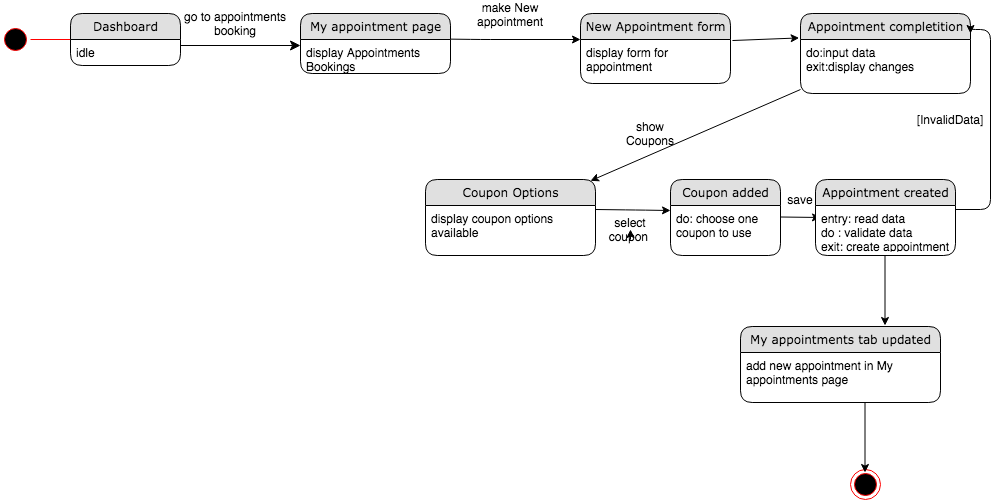
Above: Diagrams/State Chart Diagrams FINAL/ST_29 USE COUPON.png in kkasharaj17/SE-project (draw.io), before the change. Source tidied: cells renumbered, new cells last; positions are measured from the earlier drawing's top-left corner, leaving out a move shared by most shapes.
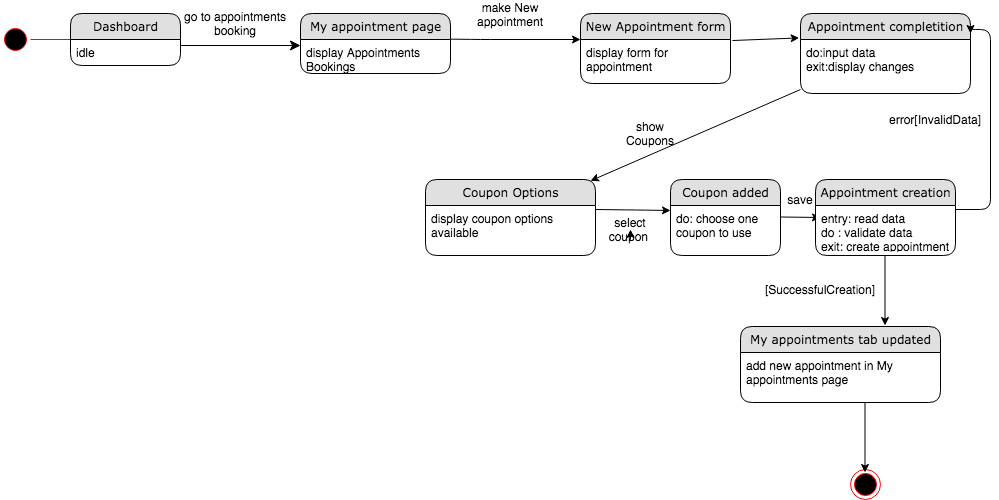
The same diagram one commit later.

What changed in the source:
```diff
@@ -100,7 +100,7 @@
     <mxCell id="26" value="do: choose one coupon to use" style="text;html=1;strokeColor=none;fillColor=none;spacingLeft=4;spacingRight=4;whiteSpace=wrap;overflow=hidden;" parent="25" vertex="1">
       <mxGeometry y="26" width="110" height="44" as="geometry" />
     </mxCell>
-    <mxCell id="27" value="Appointment created" style="swimlane;html=1;fontStyle=0;horizontal=1;startSize=26;fillColor=#e0e0e0;swimlaneFillColor=#ffffff;align=center;rounded=1;shadow=0;comic=0;labelBackgroundColor=none;strokeWidth=1;fontFamily=Verdana;fontSize=12;" parent="1" vertex="1">
+    <mxCell id="27" value="Appointment creation" style="swimlane;html=1;fontStyle=0;horizontal=1;startSize=26;fillColor=#e0e0e0;swimlaneFillColor=#ffffff;align=center;rounded=1;shadow=0;comic=0;labelBackgroundColor=none;strokeWidth=1;fontFamily=Verdana;fontSize=12;" parent="1" vertex="1">
       <mxGeometry x="815" y="175" width="140" height="76" as="geometry" />
     </mxCell>
     <mxCell id="28" value="entry: read data&lt;br&gt;do : validate data&lt;br&gt;exit: create appointment" style="text;html=1;strokeColor=none;fillColor=none;spacingLeft=4;spacingRight=4;whiteSpace=wrap;overflow=hidden;" parent="27" vertex="1">
@@ -128,8 +128,8 @@
     <mxCell id="32" value="save" style="text;html=1;strokeColor=none;fillColor=none;align=center;verticalAlign=middle;whiteSpace=wrap;rounded=0;" parent="1" vertex="1">
       <mxGeometry x="780" y="185" width="40" height="20" as="geometry" />
     </mxCell>
-    <mxCell id="33" value="[InvalidData]" style="text;html=1;strokeColor=none;fillColor=none;align=center;verticalAlign=middle;whiteSpace=wrap;rounded=0;" parent="1" vertex="1">
-      <mxGeometry x="930" y="105" width="40" height="20" as="geometry" />
+    <mxCell id="33" value="error[InvalidData]" style="text;html=1;strokeColor=none;fillColor=none;align=center;verticalAlign=middle;whiteSpace=wrap;rounded=0;" parent="1" vertex="1">
+      <mxGeometry x="915" y="105" width="40" height="20" as="geometry" />
     </mxCell>
     <mxCell id="34" value="My appointments tab updated" style="swimlane;html=1;fontStyle=0;horizontal=1;startSize=26;fillColor=#e0e0e0;swimlaneFillColor=#ffffff;align=center;rounded=1;shadow=0;comic=0;labelBackgroundColor=none;strokeWidth=1;fontFamily=Verdana;fontSize=12;" parent="1" vertex="1">
       <mxGeometry x="740" y="322" width="200" height="76" as="geometry" />
@@ -143,5 +143,8 @@
         <mxPoint x="864.5" y="468" as="targetPoint" />
       </mxGeometry>
     </mxCell>
+    <mxCell id="37" value="[SuccessfulCreation]" style="text;html=1;strokeColor=none;fillColor=none;align=center;verticalAlign=middle;whiteSpace=wrap;rounded=0;" parent="1" vertex="1">
+      <mxGeometry x="800" y="275" width="40" height="20" as="geometry" />
+    </mxCell>
   </root>
 </mxGraphModel>
```
